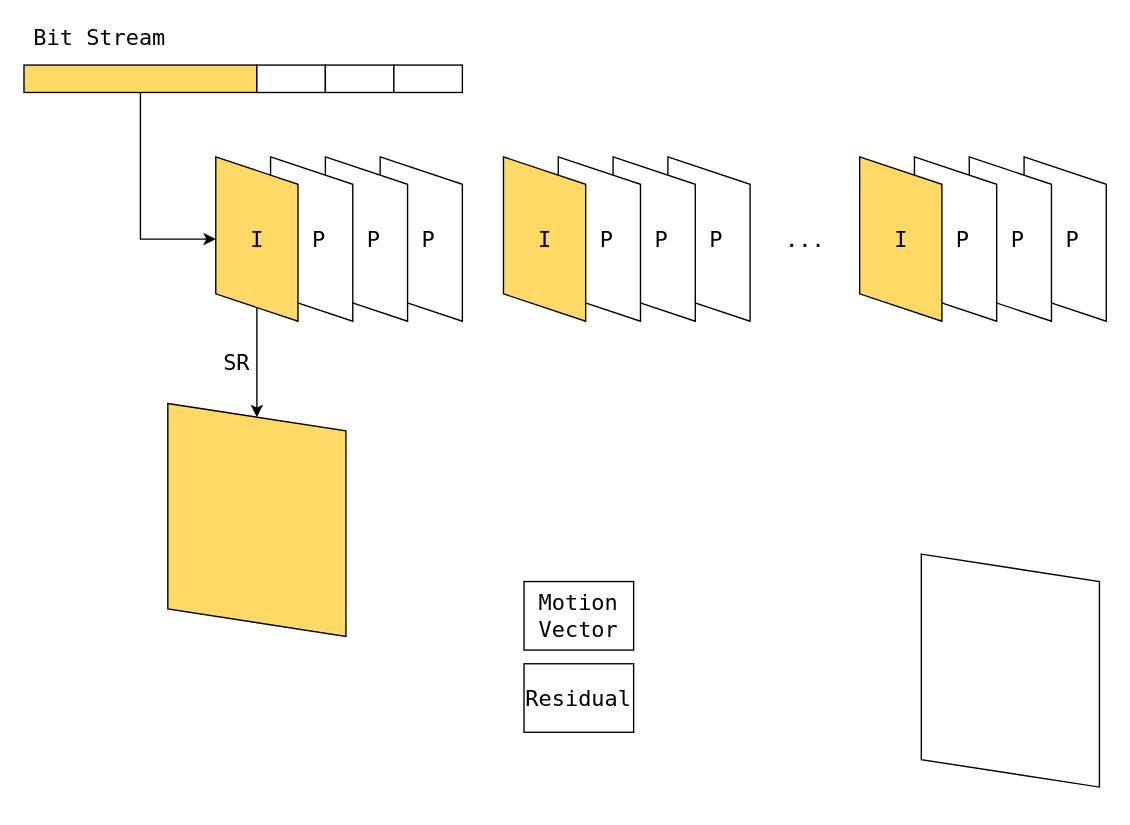
Before: XML/ISRDec.drawio in Joeyrr/draw.io, a draw.io diagram. Source tidied: cells renumbered, new cells numbered last; positions are measured from the earlier drawing's top-left corner, leaving out a move shared by most shapes. Both pictures are drawn from the tidied source at 137%, with x=0, y=0 at pixel (23, 23).
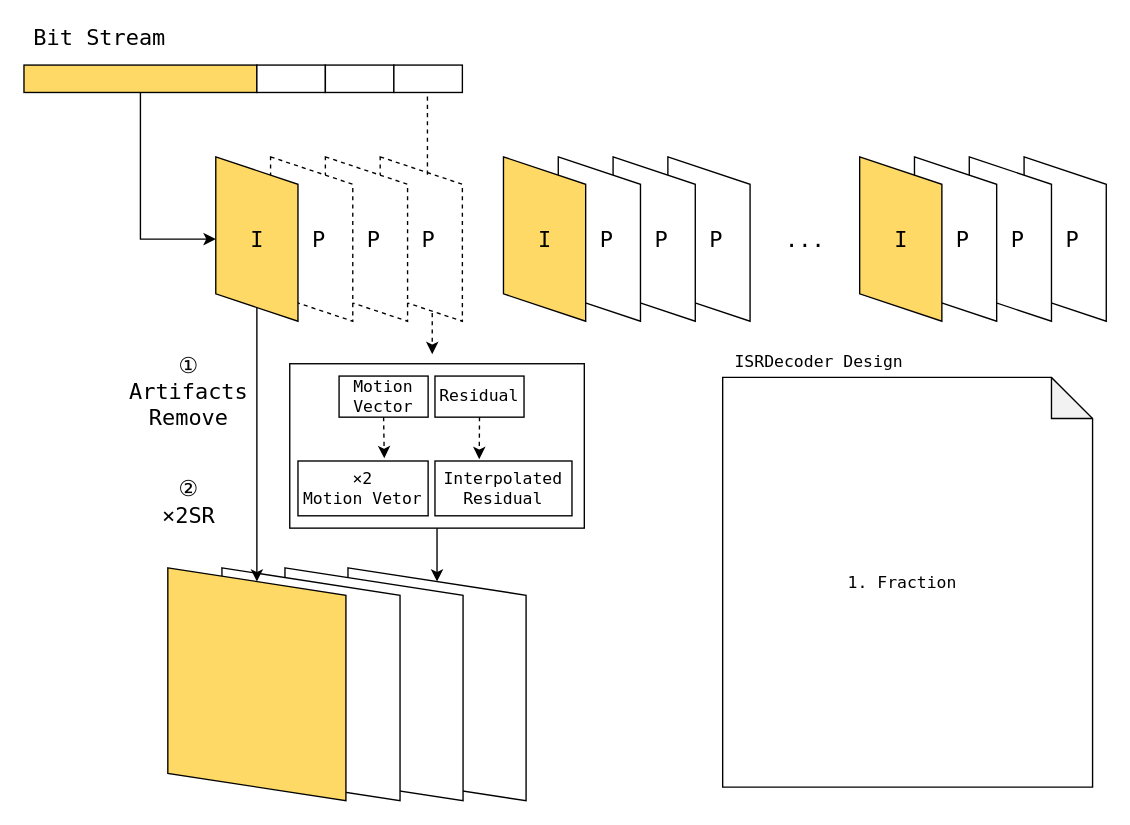
Above is the later version.

Unchanged cells that the change refers to:
```xml
<mxCell id="5" style="shape=parallelogram;perimeter=parallelogramPerimeter;whiteSpace=wrap;html=1;fixedSize=1;rotation=90;fillColor=#FFD966;" parent="1" vertex="1">
  <mxGeometry x="110" y="127" width="120" height="60" as="geometry" />
</mxCell>
```

What changed in the source:
```diff
@@
-    <mxCell id="2" style="shape=parallelogram;perimeter=parallelogramPerimeter;whiteSpace=wrap;html=1;fixedSize=1;rotation=90;" parent="1" vertex="1">
+    <mxCell id="2" style="shape=parallelogram;perimeter=parallelogramPerimeter;whiteSpace=wrap;html=1;fixedSize=1;rotation=90;dashed=1;" parent="1" vertex="1">
       <mxGeometry x="230" y="127" width="120" height="60" as="geometry" />
     </mxCell>
-    <mxCell id="3" style="shape=parallelogram;perimeter=parallelogramPerimeter;whiteSpace=wrap;html=1;fixedSize=1;rotation=90;" parent="1" vertex="1">
+    <mxCell id="3" style="shape=parallelogram;perimeter=parallelogramPerimeter;whiteSpace=wrap;html=1;fixedSize=1;rotation=90;dashed=1;" parent="1" vertex="1">
       <mxGeometry x="190" y="127" width="120" height="60" as="geometry" />
     </mxCell>
-    <mxCell id="4" style="shape=parallelogram;perimeter=parallelogramPerimeter;whiteSpace=wrap;html=1;fixedSize=1;rotation=90;" parent="1" vertex="1">
+    <mxCell id="4" style="shape=parallelogram;perimeter=parallelogramPerimeter;whiteSpace=wrap;html=1;fixedSize=1;rotation=90;dashed=1;" parent="1" vertex="1">
       <mxGeometry x="150" y="127" width="120" height="60" as="geometry" />
     </mxCell>
@@
-    <mxCell id="28" style="shape=parallelogram;perimeter=parallelogramPerimeter;whiteSpace=wrap;html=1;fixedSize=1;rotation=90;fillColor=#FFFFFF;" parent="1" vertex="1">
-      <mxGeometry x="635" y="407" width="170" height="130" as="geometry" />
-    </mxCell>
-    <mxCell id="29" value="SR" style="text;html=1;align=center;verticalAlign=middle;fillColor=none;strokeColor=none;rounded=0;fontFamily=Lucida Console;fontSize=16;" parent="1" vertex="1">
-      <mxGeometry x="140" y="237" width="30" height="20" as="geometry" />
+    <mxCell id="29" value="②&lt;br&gt;×2SR" style="text;html=1;align=center;verticalAlign=middle;fillColor=none;strokeColor=none;rounded=0;fontFamily=Lucida Console;fontSize=16;" parent="1" vertex="1">
+      <mxGeometry x="95" y="329" width="50" height="40" as="geometry" />
     </mxCell>
-    <mxCell id="30" style="shape=parallelogram;perimeter=parallelogramPerimeter;whiteSpace=wrap;html=1;fixedSize=1;rotation=90;fillColor=#FFD966;" parent="1" vertex="1">
-      <mxGeometry x="85" y="297" width="170" height="130" as="geometry" />
-    </mxCell>
-    <mxCell id="31" value="Motion&lt;br&gt;Vector" style="rounded=0;whiteSpace=wrap;html=1;fontFamily=Lucida Console;fontSize=16;fillColor=#FFFFFF;" parent="1" vertex="1">
-      <mxGeometry x="365" y="407" width="80" height="50" as="geometry" />
-    </mxCell>
-    <mxCell id="32" value="Residual" style="rounded=0;whiteSpace=wrap;html=1;fontFamily=Lucida Console;fontSize=16;fillColor=#FFFFFF;" parent="1" vertex="1">
-      <mxGeometry x="365" y="467" width="80" height="50" as="geometry" />
+    <mxCell id="32" value="Residual" style="rounded=0;whiteSpace=wrap;html=1;fontFamily=Lucida Console;fontSize=12;fillColor=#FFFFFF;" parent="1" vertex="1">
+      <mxGeometry x="300" y="257" width="65" height="30" as="geometry" />
     </mxCell>
@@
-    <mxCell id="38" style="endArrow=classic;html=1;rounded=0;fontFamily=Lucida Console;fontSize=16;exitX=1;exitY=0.5;exitDx=0;exitDy=0;entryX=0;entryY=0.5;entryDx=0;entryDy=0;" parent="1" edge="1" source="5" target="30">
-      <mxGeometry relative="1" as="geometry" />
-    </mxCell>
+    <mxCell id="31" value="Motion&lt;br style=&quot;font-size: 12px;&quot;&gt;Vector" style="rounded=0;whiteSpace=wrap;html=1;fontFamily=Lucida Console;fontSize=12;fillColor=#FFFFFF;" parent="1" vertex="1">
+      <mxGeometry x="230" y="257" width="65" height="30" as="geometry" />
+    </mxCell>
+    <mxCell id="39" style="endArrow=none;html=1;rounded=0;fontFamily=Lucida Console;fontSize=12;dashed=1;" parent="1" edge="1">
+      <mxGeometry relative="1" as="geometry">
+        <mxPoint x="294.5" y="110" as="sourcePoint" />
+        <mxPoint x="294.5" y="50" as="targetPoint" />
+      </mxGeometry>
+    </mxCell>
+    <mxCell id="40" style="endArrow=classic;html=1;rounded=0;fontFamily=Lucida Console;fontSize=12;dashed=1;" parent="1" edge="1">
+      <mxGeometry relative="1" as="geometry">
+        <mxPoint x="298" y="211" as="sourcePoint" />
+        <mxPoint x="298" y="241" as="targetPoint" />
+      </mxGeometry>
+    </mxCell>
+    <mxCell id="41" style="rounded=0;whiteSpace=wrap;html=1;fontFamily=Lucida Console;fontSize=12;fillColor=none;" parent="1" vertex="1">
+      <mxGeometry x="194" y="248" width="215" height="120" as="geometry" />
+    </mxCell>
+    <mxCell id="42" value="Interpolated&lt;br&gt;Residual" style="rounded=0;whiteSpace=wrap;html=1;fontFamily=Lucida Console;fontSize=12;fillColor=#FFFFFF;" parent="1" vertex="1">
+      <mxGeometry x="300" y="319" width="100" height="40" as="geometry" />
+    </mxCell>
+    <mxCell id="43" value="×2&lt;br&gt;Motion Vetor" style="rounded=0;whiteSpace=wrap;html=1;fontFamily=Lucida Console;fontSize=12;fillColor=#FFFFFF;" parent="1" vertex="1">
+      <mxGeometry x="200" y="319" width="95" height="40" as="geometry" />
+    </mxCell>
+    <mxCell id="44" style="endArrow=classic;html=1;rounded=0;dashed=1;fontFamily=Lucida Console;fontSize=12;exitX=0.5;exitY=1;exitDx=0;exitDy=0;" parent="1" edge="1" source="31">
+      <mxGeometry relative="1" as="geometry">
+        <mxPoint x="263" y="317" as="targetPoint" />
+      </mxGeometry>
+    </mxCell>
+    <mxCell id="45" style="endArrow=classic;html=1;rounded=0;dashed=1;fontFamily=Lucida Console;fontSize=12;exitX=0.5;exitY=1;exitDx=0;exitDy=0;entryX=0.323;entryY=-0.033;entryDx=0;entryDy=0;entryPerimeter=0;" parent="1" edge="1" source="32" target="42">
+      <mxGeometry relative="1" as="geometry" />
+    </mxCell>
+    <mxCell id="46" style="shape=parallelogram;perimeter=parallelogramPerimeter;whiteSpace=wrap;html=1;fixedSize=1;rotation=90;fillColor=#FFFFFF;" parent="1" vertex="1">
+      <mxGeometry x="216.5" y="417" width="170" height="130" as="geometry" />
+    </mxCell>
+    <mxCell id="47" style="shape=parallelogram;perimeter=parallelogramPerimeter;whiteSpace=wrap;html=1;fixedSize=1;rotation=90;fillColor=#FFFFFF;" parent="1" vertex="1">
+      <mxGeometry x="170.5" y="417" width="170" height="130" as="geometry" />
+    </mxCell>
+    <mxCell id="48" style="shape=parallelogram;perimeter=parallelogramPerimeter;whiteSpace=wrap;html=1;fixedSize=1;rotation=90;fillColor=#FFFFFF;" parent="1" vertex="1">
+      <mxGeometry x="124.5" y="417" width="170" height="130" as="geometry" />
+    </mxCell>
+    <mxCell id="49" style="shape=parallelogram;perimeter=parallelogramPerimeter;whiteSpace=wrap;html=1;fixedSize=1;rotation=90;fillColor=#FFD966;" parent="1" vertex="1">
+      <mxGeometry x="85" y="417" width="170" height="130" as="geometry" />
+    </mxCell>
+    <mxCell id="50" style="endArrow=classic;html=1;rounded=0;fontFamily=Lucida Console;fontSize=12;exitX=1;exitY=0.5;exitDx=0;exitDy=0;" parent="1" edge="1" source="5" target="49">
+      <mxGeometry relative="1" as="geometry" />
+    </mxCell>
+    <mxCell id="51" style="endArrow=classic;html=1;rounded=0;fontFamily=Lucida Console;fontSize=12;entryX=0;entryY=0.5;entryDx=0;entryDy=0;exitX=0.5;exitY=1;exitDx=0;exitDy=0;" parent="1" edge="1" source="41" target="46">
+      <mxGeometry relative="1" as="geometry" />
+    </mxCell>
+    <mxCell id="52" value="①&lt;br&gt;Artifacts&lt;br&gt;Remove" style="text;html=1;align=center;verticalAlign=middle;fillColor=none;strokeColor=none;rounded=0;fontFamily=Lucida Console;fontSize=16;" parent="1" vertex="1">
+      <mxGeometry x="70" y="238" width="100" height="60" as="geometry" />
+    </mxCell>
+    <mxCell id="53" value="1. Fraction&amp;nbsp;" style="shape=note;whiteSpace=wrap;html=1;backgroundOutline=1;darkOpacity=0.05;fontFamily=Lucida Console;fontSize=12;fillColor=#FFFFFF;align=center;" parent="1" vertex="1">
+      <mxGeometry x="510" y="258" width="270" height="299" as="geometry" />
+    </mxCell>
+    <mxCell id="54" value="&lt;span style=&quot;&quot;&gt;ISRDecoder Design&lt;/span&gt;" style="text;html=1;align=center;verticalAlign=middle;fillColor=none;strokeColor=none;rounded=0;fontFamily=Lucida Console;fontSize=12;" parent="1" vertex="1">
+      <mxGeometry x="510" y="237" width="140" height="20" as="geometry" />
+    </mxCell>
```
